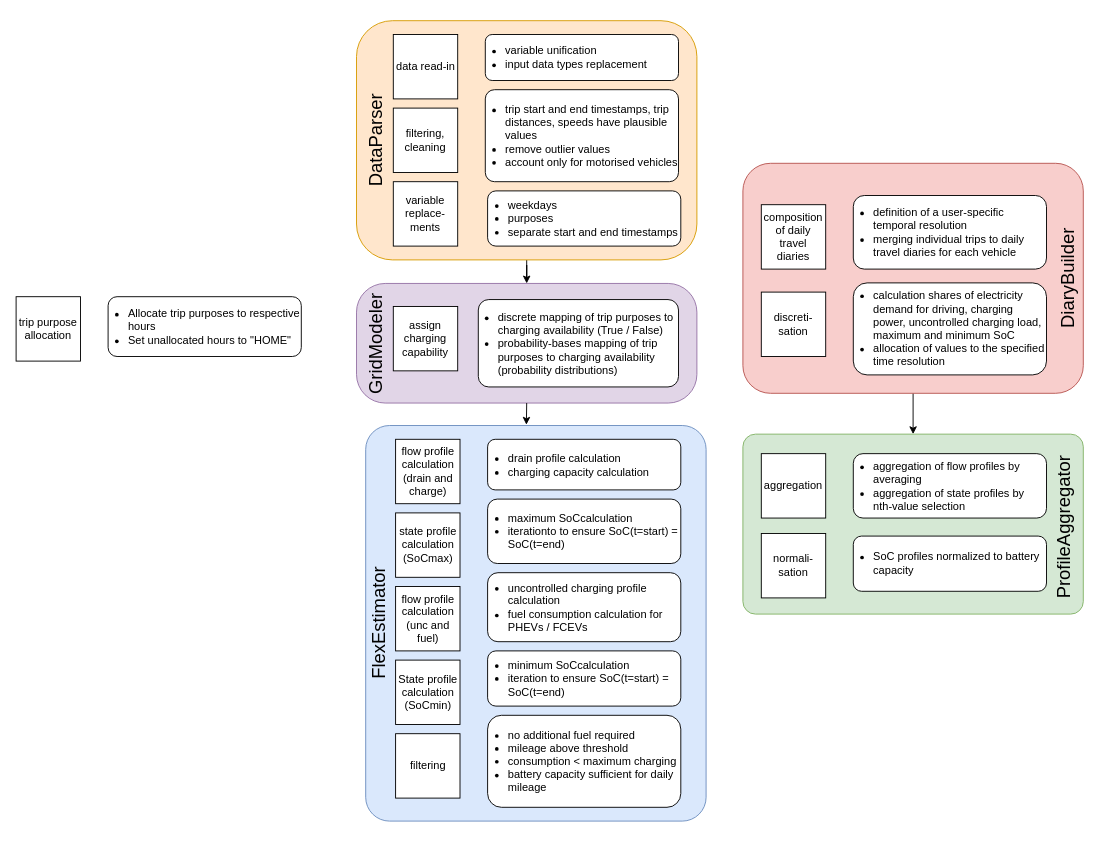
areleu/vencopy keeps this draw.io diagram as docs/figures/new_vencoPy_structure.drawio. Above is the earlier version. Source tidied: cells renumbered, new cells numbered last; positions are measured from the earlier drawing's top-left corner, leaving out a move shared by most shapes. Both pictures are drawn from the tidied source at 92%, with x=0, y=0 at pixel (16, 20).
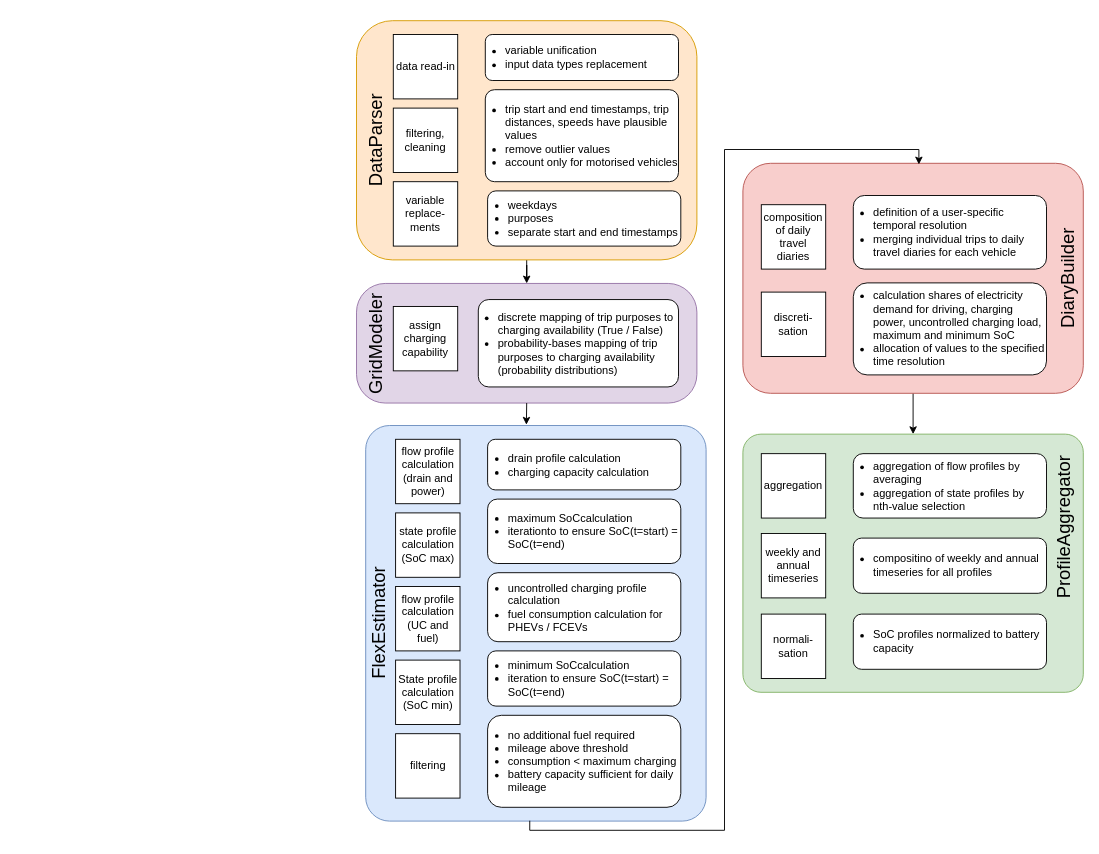
The same page after the edit.

The change refers to these unchanged cells:
```xml
<mxCell id="2" style="rounded=1;whiteSpace=wrap;html=1;fillColor=#dae8fc;strokeColor=#6c8ebf;arcSize=7;" parent="1" vertex="1">
  <mxGeometry x="380" y="440" width="370" height="430" as="geometry" />
</mxCell>
<mxCell id="4" style="rounded=1;whiteSpace=wrap;html=1;fillColor=#f8cecc;strokeColor=#b85450;arcSize=12;" parent="1" vertex="1">
  <mxGeometry x="790" y="155" width="370" height="250" as="geometry" />
</mxCell>
```

What changed in the source:
```diff
@@
-    <mxCell id="18" value="trip purpose allocation" style="whiteSpace=wrap;html=1;spacingLeft=2;spacingRight=2;" parent="1" vertex="1">
-      <mxGeometry y="300" width="70" height="70" as="geometry" />
-    </mxCell>
@@
-    <mxCell id="23" value="state profile calculation (SoCmax)" style="whiteSpace=wrap;html=1;spacingLeft=2;spacingRight=2;" parent="1" vertex="1">
+    <mxCell id="23" value="state profile calculation (SoC max)" style="whiteSpace=wrap;html=1;spacingLeft=2;spacingRight=2;" parent="1" vertex="1">
       <mxGeometry x="412.5" y="535" width="70" height="70" as="geometry" />
     </mxCell>
-    <mxCell id="24" value="flow profile calculation (drain and charge)" style="whiteSpace=wrap;html=1;spacingLeft=2;spacingRight=2;" parent="1" vertex="1">
+    <mxCell id="24" value="flow profile calculation (drain and power)" style="whiteSpace=wrap;html=1;spacingLeft=2;spacingRight=2;" parent="1" vertex="1">
       <mxGeometry x="412.5" y="455" width="70" height="70" as="geometry" />
     </mxCell>
@@
-    <mxCell id="27" value="flow profile calculation (unc and fuel)" style="whiteSpace=wrap;html=1;spacingLeft=2;spacingRight=2;" parent="1" vertex="1">
+    <mxCell id="27" value="flow profile calculation (UC and fuel)" style="whiteSpace=wrap;html=1;spacingLeft=2;spacingRight=2;" parent="1" vertex="1">
       <mxGeometry x="412.5" y="615" width="70" height="70" as="geometry" />
     </mxCell>
@@
-    <mxCell id="29" value="State profile calculation (SoCmin)" style="whiteSpace=wrap;html=1;" parent="1" vertex="1">
+    <mxCell id="29" value="State profile calculation (SoC min)" style="whiteSpace=wrap;html=1;" parent="1" vertex="1">
       <mxGeometry x="412.5" y="695" width="70" height="70" as="geometry" />
     </mxCell>
@@
-    <mxCell id="34" value="&lt;ul&gt;&lt;li&gt;Allocate trip purposes to respective hours&lt;/li&gt;&lt;li&gt;Set unallocated hours to &quot;HOME&quot;&lt;/li&gt;&lt;/ul&gt;" style="rounded=1;whiteSpace=wrap;html=1;align=left;spacing=2;spacingLeft=-20;" parent="1" vertex="1">
-      <mxGeometry x="100" y="300" width="210" height="65" as="geometry" />
-    </mxCell>
     <mxCell id="35" style="rounded=1;whiteSpace=wrap;html=1;fillColor=#d5e8d4;strokeColor=#82b366;arcSize=7;" parent="1" vertex="1">
-      <mxGeometry x="790" y="449.4" width="370" height="195.6" as="geometry" />
+      <mxGeometry x="790" y="449.4" width="370" height="280.6" as="geometry" />
     </mxCell>
@@
-    <mxCell id="38" value="normali-sation" style="whiteSpace=wrap;html=1;" parent="1" vertex="1">
+    <mxCell id="38" value="weekly and annual timeseries" style="whiteSpace=wrap;html=1;" parent="1" vertex="1">
       <mxGeometry x="810" y="557.4" width="70" height="70" as="geometry" />
     </mxCell>
@@
-    <mxCell id="40" value="&lt;ul&gt;&lt;li&gt;SoC profiles normalized to battery capacity&lt;/li&gt;&lt;/ul&gt;" style="rounded=1;whiteSpace=wrap;html=1;align=left;spacingLeft=-20;" parent="1" vertex="1">
-      <mxGeometry x="910" y="560.2" width="210" height="60" as="geometry" />
+    <mxCell id="40" value="&lt;ul&gt;&lt;li&gt;compositino of weekly and annual&amp;nbsp; timeseries for all profiles&lt;/li&gt;&lt;/ul&gt;" style="rounded=1;whiteSpace=wrap;html=1;align=left;spacingLeft=-20;" parent="1" vertex="1">
+      <mxGeometry x="910" y="562.4" width="210" height="60" as="geometry" />
     </mxCell>
@@
+    <mxCell id="43" value="normali-sation" style="whiteSpace=wrap;html=1;" parent="1" vertex="1">
+      <mxGeometry x="810" y="645" width="70" height="70" as="geometry" />
+    </mxCell>
+    <mxCell id="44" value="&lt;ul&gt;&lt;li&gt;SoC profiles normalized to battery capacity&lt;/li&gt;&lt;/ul&gt;" style="rounded=1;whiteSpace=wrap;html=1;align=left;spacingLeft=-20;" parent="1" vertex="1">
+      <mxGeometry x="910" y="645" width="210" height="60" as="geometry" />
+    </mxCell>
+    <mxCell id="45" style="edgeStyle=orthogonalEdgeStyle;rounded=0;jettySize=auto;html=1;fontSize=20;entryX=0.517;entryY=0.005;entryDx=0;entryDy=0;entryPerimeter=0;exitX=0.482;exitY=0.999;exitDx=0;exitDy=0;exitPerimeter=0;" parent="1" edge="1" source="2" target="4">
+      <mxGeometry relative="1" as="geometry">
+        <Array as="points">
+          <mxPoint x="558" y="880" />
+          <mxPoint x="770" y="880" />
+          <mxPoint x="770" y="140" />
+          <mxPoint x="981" y="140" />
+        </Array>
+      </mxGeometry>
+    </mxCell>
```
